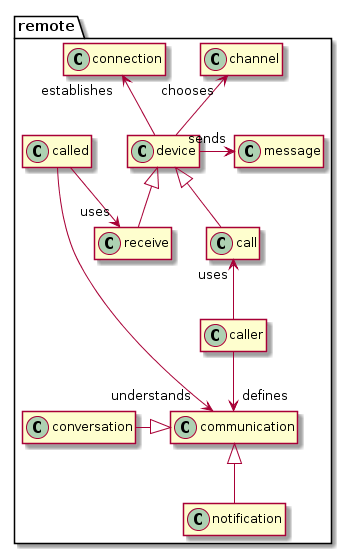
Above: doc/projects/network/classes_000.png in rodrigocanellas/tenacitas (PlantUML), before the change.
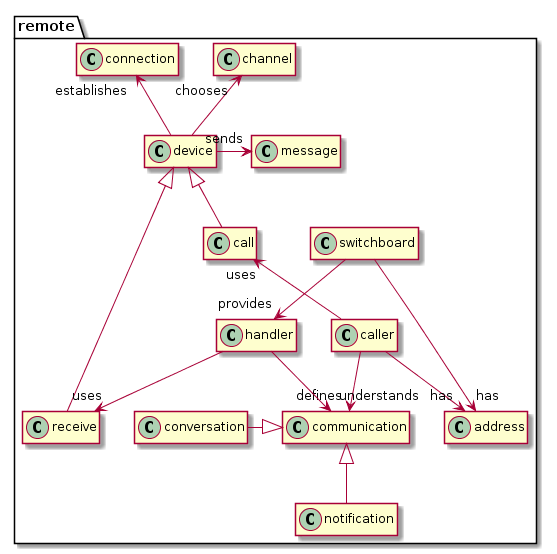
Above is the later version.

Commit message:
still thinking about a design strategy

The edit, as a diff of the source:
```diff
@@ -6,7 +6,7 @@
 namespace remote {
 
   class caller
-  class  called
+  class  handler
   class device
   class call
   class receive
@@ -16,6 +16,8 @@
   class communication
   class conversation
   class notification
+  class switchboard
+  class address
 
   communication <|-left- conversation
   communication <|-- notification
@@ -24,14 +26,20 @@
   device <|-- receive
 
   caller -up-> "uses" call
-  called --> "uses" receive
+  caller --> "defines" communication
+  caller --> "has" address
+
+  handler --> "uses" receive
+  handler --> "understands" communication
 
   device -up-> "establishes" connection
   device -up->  "chooses" channel
   device -right-> "sends" message
 
-  caller --> "defines" communication
-  called --> "understands" communication
+  switchboard --> "has" address
+  switchboard --> "provides" handler
+
+
 
 
 }
```
